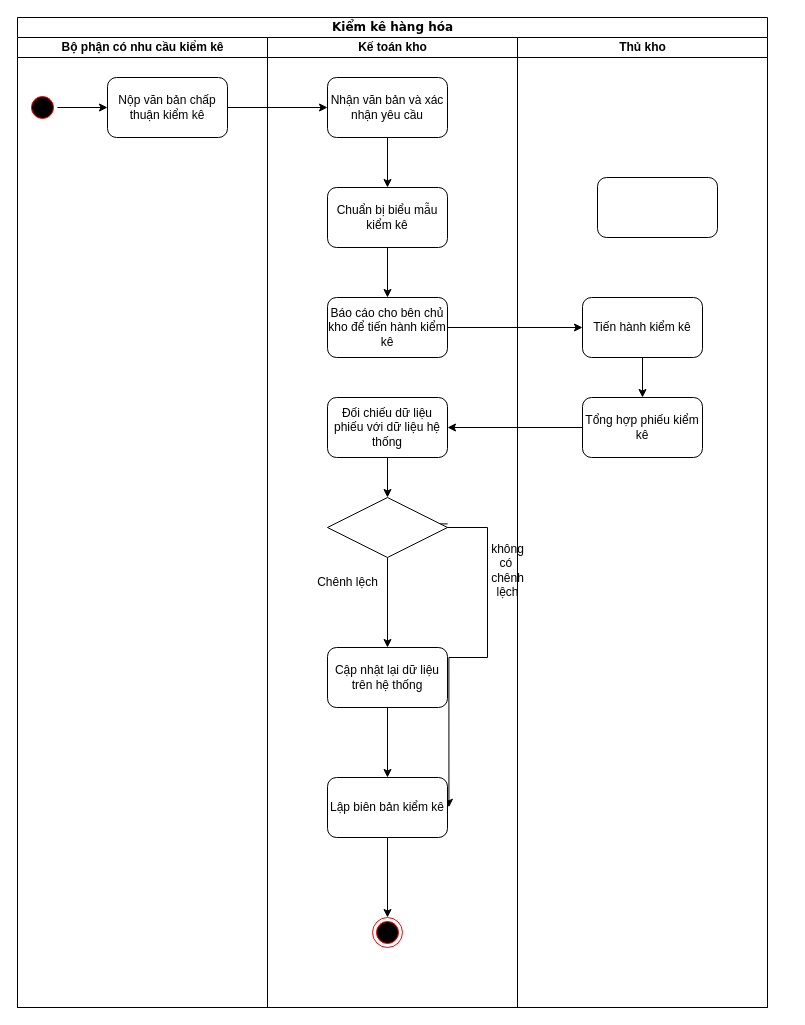
Above: Untitled Diagram.drawio in tatho-97/Thi-t-k-v-m-h-nh-h-a-ph-n-m-m (draw.io), before the change. Source tidied: cells renumbered, new cells numbered last; positions are measured from the earlier drawing's top-left corner, leaving out a move shared by most shapes. Both pictures are drawn from the tidied source at 100%, with x=0, y=0 at pixel (17, 17).
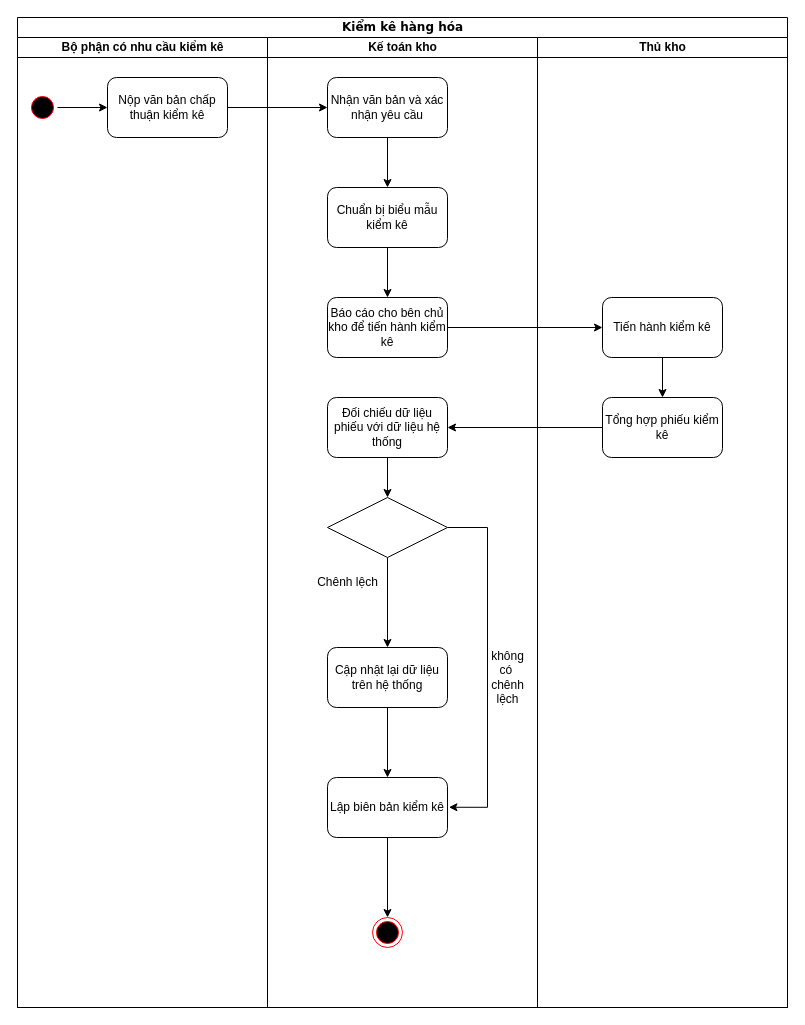
Above is the later version.

The change refers to these unchanged cells:
```xml
<mxCell id="14" style="shape=rhombus;perimeter=rhombusPerimeter;whiteSpace=wrap;html=1;align=center;" parent="7" vertex="1">
  <mxGeometry x="60" y="460" width="120" height="60" as="geometry" />
</mxCell>
<mxCell id="19" value="Lập biên bản kiểm kê" style="rounded=1;whiteSpace=wrap;html=1;" parent="7" vertex="1">
  <mxGeometry x="60" y="740" width="120" height="60" as="geometry" />
</mxCell>
```

The edit, as a diff of the source:
```diff
@@
     <mxCell id="2" value="Kiểm kê hàng hóa" style="swimlane;html=1;startSize=20;rounded=0;shadow=0;comic=0;labelBackgroundColor=none;strokeWidth=1;fontFamily=Verdana;fontSize=12;align=center;" parent="1" vertex="1">
-      <mxGeometry width="750" height="990" as="geometry" />
+      <mxGeometry width="770" height="990" as="geometry" />
     </mxCell>
@@
     <mxCell id="7" value="Kế toán kho" style="swimlane;html=1;startSize=20;" parent="2" vertex="1">
-      <mxGeometry x="250" y="20" width="250" height="970" as="geometry" />
+      <mxGeometry x="250" y="20" width="270" height="970" as="geometry" />
     </mxCell>
@@
-    <mxCell id="13" style="edgeStyle=orthogonalEdgeStyle;rounded=0;jettySize=auto;html=1;entryX=1.012;entryY=0.496;entryDx=0;entryDy=0;entryPerimeter=0;exitX=1.001;exitY=0.44;exitDx=0;exitDy=0;exitPerimeter=0;" parent="7" edge="1" source="14" target="19">
+    <mxCell id="13" style="edgeStyle=orthogonalEdgeStyle;rounded=0;jettySize=auto;html=1;entryX=1.012;entryY=0.496;entryDx=0;entryDy=0;entryPerimeter=0;exitX=1;exitY=0.5;exitDx=0;exitDy=0;" parent="7" edge="1" source="14" target="19">
       <mxGeometry relative="1" as="geometry">
         <Array as="points">
-          <mxPoint x="170" y="486" />
-          <mxPoint x="170" y="490" />
           <mxPoint x="220" y="490" />
-          <mxPoint x="220" y="620" />
-          <mxPoint x="181" y="620" />
+          <mxPoint x="220" y="770" />
         </Array>
       </mxGeometry>
     </mxCell>
@@
+    <mxCell id="32" value="không&lt;div&gt;có&amp;nbsp;&lt;/div&gt;&lt;div&gt;chênh&lt;/div&gt;&lt;div&gt;lệch&lt;/div&gt;" style="text;html=1;align=center;verticalAlign=middle;strokeColor=none;fillColor=none;" parent="7" vertex="1">
+      <mxGeometry x="210" y="605" width="60" height="70" as="geometry" />
+    </mxCell>
     <mxCell id="24" value="Thủ kho" style="swimlane;html=1;startSize=20;" parent="2" vertex="1">
-      <mxGeometry x="500" y="20" width="250" height="970" as="geometry" />
+      <mxGeometry x="520" y="20" width="250" height="970" as="geometry" />
     </mxCell>
@@
-    <mxCell id="28" style="rounded=1;whiteSpace=wrap;html=1;" parent="24" vertex="1">
-      <mxGeometry x="80" y="140" width="120" height="60" as="geometry" />
-    </mxCell>
@@
-    <mxCell id="32" value="không&lt;div&gt;có&amp;nbsp;&lt;/div&gt;&lt;div&gt;chênh&lt;/div&gt;&lt;div&gt;lệch&lt;/div&gt;" style="text;html=1;align=center;verticalAlign=middle;strokeColor=none;fillColor=none;" parent="1" vertex="1">
-      <mxGeometry x="460" y="518" width="60" height="70" as="geometry" />
-    </mxCell>
```
